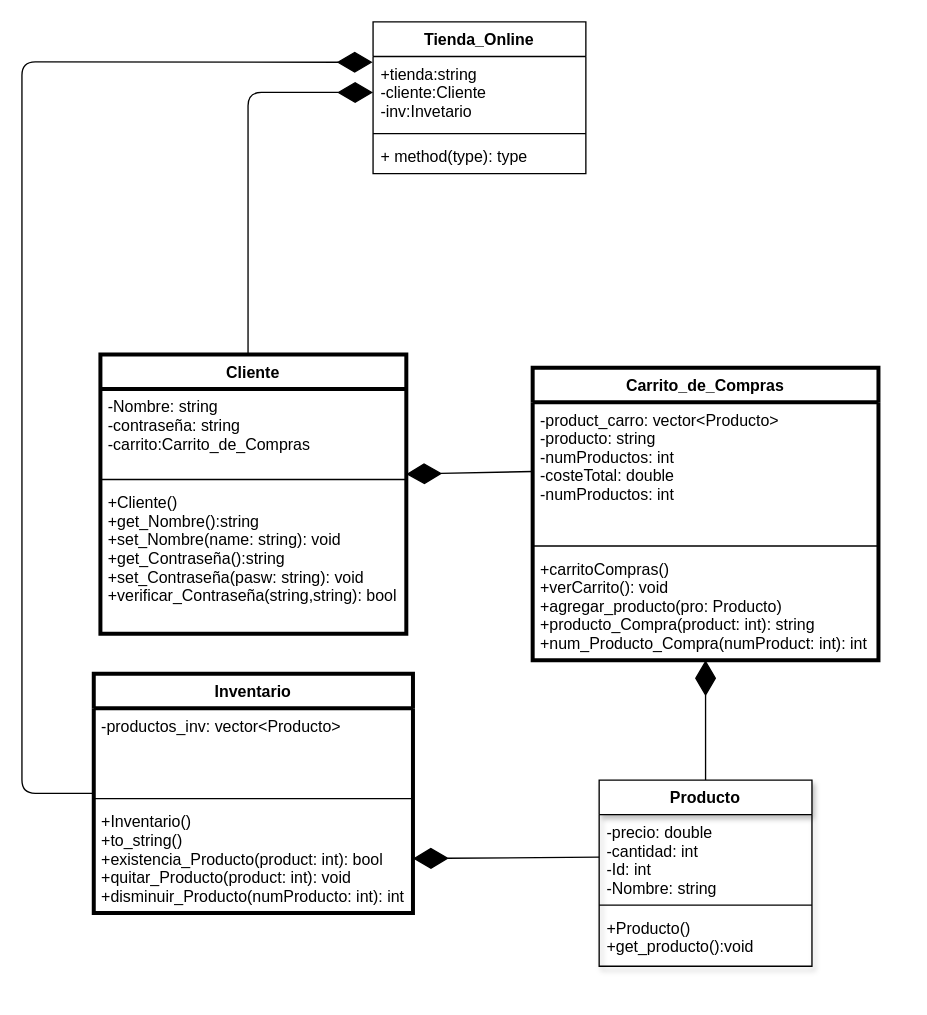
The draw.io diagram Tienda online.drawio in C-CEM-TC1033-304-2213/intregrador-SantiagoCastro05, before the edit. Source tidied: cells renumbered, new cells numbered last; positions are measured from the earlier drawing's top-left corner, leaving out a move shared by most shapes. Both pictures are drawn from the tidied source at 133%, with x=0, y=0 at pixel (21, 21).
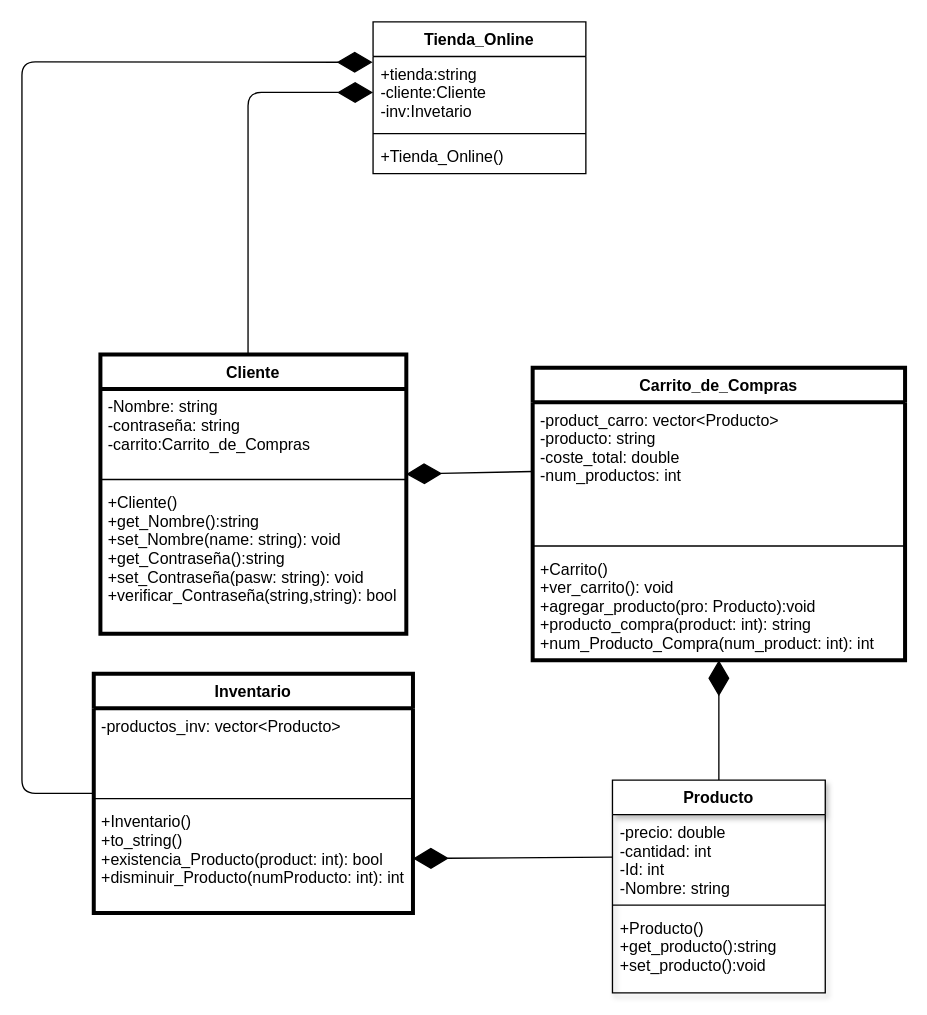
Above is the later version.

Unchanged cells that the change refers to:
```xml
<mxCell id="10" value="Inventario" style="swimlane;fontStyle=1;align=center;verticalAlign=top;horizontal=1;startSize=26;strokeWidth=3;" parent="1" vertex="1">
  <mxGeometry x="54" y="490" width="240" height="180" as="geometry" />
</mxCell>
<mxCell id="17" value="Tienda_Online" style="swimlane;fontStyle=1;align=center;verticalAlign=top;horizontal=1;startSize=26;" parent="1" vertex="1">
  <mxGeometry x="264" width="160" height="114" as="geometry" />
</mxCell>
```

The edit, as a diff of the source:
```diff
@@
     <mxCell id="6" value="Carrito_de_Compras" style="swimlane;fontStyle=1;align=center;verticalAlign=top;horizontal=1;startSize=26;strokeWidth=3;" parent="1" vertex="1">
-      <mxGeometry x="384" y="260" width="260" height="220" as="geometry" />
+      <mxGeometry x="384" y="260" width="280" height="220" as="geometry" />
     </mxCell>
-    <mxCell id="7" value="-product_carro: vector&lt;Producto&gt;&#10;-producto: string&#10;-numProductos: int&#10;-costeTotal: double&#10;-numProductos: int" style="text;strokeColor=none;fillColor=none;align=left;verticalAlign=top;spacingLeft=4;spacingRight=4;overflow=hidden;points=[[0,0.5],[1,0.5]];portConstraint=eastwest;" parent="6" vertex="1">
-      <mxGeometry y="26" width="260" height="104" as="geometry" />
+    <mxCell id="7" value="-product_carro: vector&lt;Producto&gt;&#10;-producto: string&#10;-coste_total: double&#10;-num_productos: int" style="text;strokeColor=none;fillColor=none;align=left;verticalAlign=top;spacingLeft=4;spacingRight=4;overflow=hidden;points=[[0,0.5],[1,0.5]];portConstraint=eastwest;" parent="6" vertex="1">
+      <mxGeometry y="26" width="280" height="104" as="geometry" />
     </mxCell>
     <mxCell id="8" style="line;strokeWidth=1;fillColor=none;align=left;verticalAlign=middle;spacingTop=-1;spacingLeft=3;spacingRight=3;labelPosition=right;" parent="6" vertex="1">
-      <mxGeometry y="130" width="260" height="8" as="geometry" />
+      <mxGeometry y="130" width="280" height="8" as="geometry" />
     </mxCell>
-    <mxCell id="9" value="+carritoCompras()&#10;+verCarrito(): void&#10;+agregar_producto(pro: Producto)&#10;+producto_Compra(product: int): string&#10;+num_Producto_Compra(numProduct: int): int&#10;" style="text;strokeColor=none;fillColor=none;align=left;verticalAlign=top;spacingLeft=4;spacingRight=4;overflow=hidden;" parent="6" vertex="1">
-      <mxGeometry y="138" width="260" height="82" as="geometry" />
+    <mxCell id="9" value="+Carrito()&#10;+ver_carrito(): void&#10;+agregar_producto(pro: Producto):void&#10;+producto_compra(product: int): string&#10;+num_Producto_Compra(num_product: int): int&#10;" style="text;strokeColor=none;fillColor=none;align=left;verticalAlign=top;spacingLeft=4;spacingRight=4;overflow=hidden;" parent="6" vertex="1">
+      <mxGeometry y="138" width="280" height="82" as="geometry" />
     </mxCell>
@@
-    <mxCell id="13" value="+Inventario()&#10;+to_string()&#10;+existencia_Producto(product: int): bool&#10;+quitar_Producto(product: int): void&#10;+disminuir_Producto(numProducto: int): int" style="text;strokeColor=none;fillColor=none;align=left;verticalAlign=top;spacingLeft=4;spacingRight=4;overflow=hidden;points=[[0,0.5],[1,0.5]];portConstraint=eastwest;" parent="10" vertex="1">
+    <mxCell id="13" value="+Inventario()&#10;+to_string()&#10;+existencia_Producto(product: int): bool&#10;+disminuir_Producto(numProducto: int): int" style="text;strokeColor=none;fillColor=none;align=left;verticalAlign=top;spacingLeft=4;spacingRight=4;overflow=hidden;points=[[0,0.5],[1,0.5]];portConstraint=eastwest;" parent="10" vertex="1">
       <mxGeometry y="98" width="240" height="82" as="geometry" />
     </mxCell>
@@
-    <mxCell id="20" value="+ method(type): type" style="text;strokeColor=none;fillColor=none;align=left;verticalAlign=top;spacingLeft=4;spacingRight=4;overflow=hidden;" parent="17" vertex="1">
+    <mxCell id="20" value="+Tienda_Online()" style="text;strokeColor=none;fillColor=none;align=left;verticalAlign=top;spacingLeft=4;spacingRight=4;overflow=hidden;" parent="17" vertex="1">
       <mxGeometry y="88" width="160" height="26" as="geometry" />
     </mxCell>
@@
     <mxCell id="23" value="Producto" style="swimlane;fontStyle=1;align=center;verticalAlign=top;horizontal=1;startSize=26;shadow=1;" parent="1" vertex="1">
-      <mxGeometry x="434" y="570" width="160" height="140" as="geometry" />
+      <mxGeometry x="444" y="570" width="160" height="160" as="geometry" />
     </mxCell>
@@
-    <mxCell id="26" value="+Producto()&#10;+get_producto():void" style="text;strokeColor=none;fillColor=none;align=left;verticalAlign=top;spacingLeft=4;spacingRight=4;overflow=hidden;" parent="23" vertex="1">
-      <mxGeometry y="98" width="160" height="42" as="geometry" />
+    <mxCell id="26" value="+Producto()&#10;+get_producto():string&#10;+set_producto():void" style="text;strokeColor=none;fillColor=none;align=left;verticalAlign=top;spacingLeft=4;spacingRight=4;overflow=hidden;" parent="23" vertex="1">
+      <mxGeometry y="98" width="160" height="62" as="geometry" />
     </mxCell>
```
